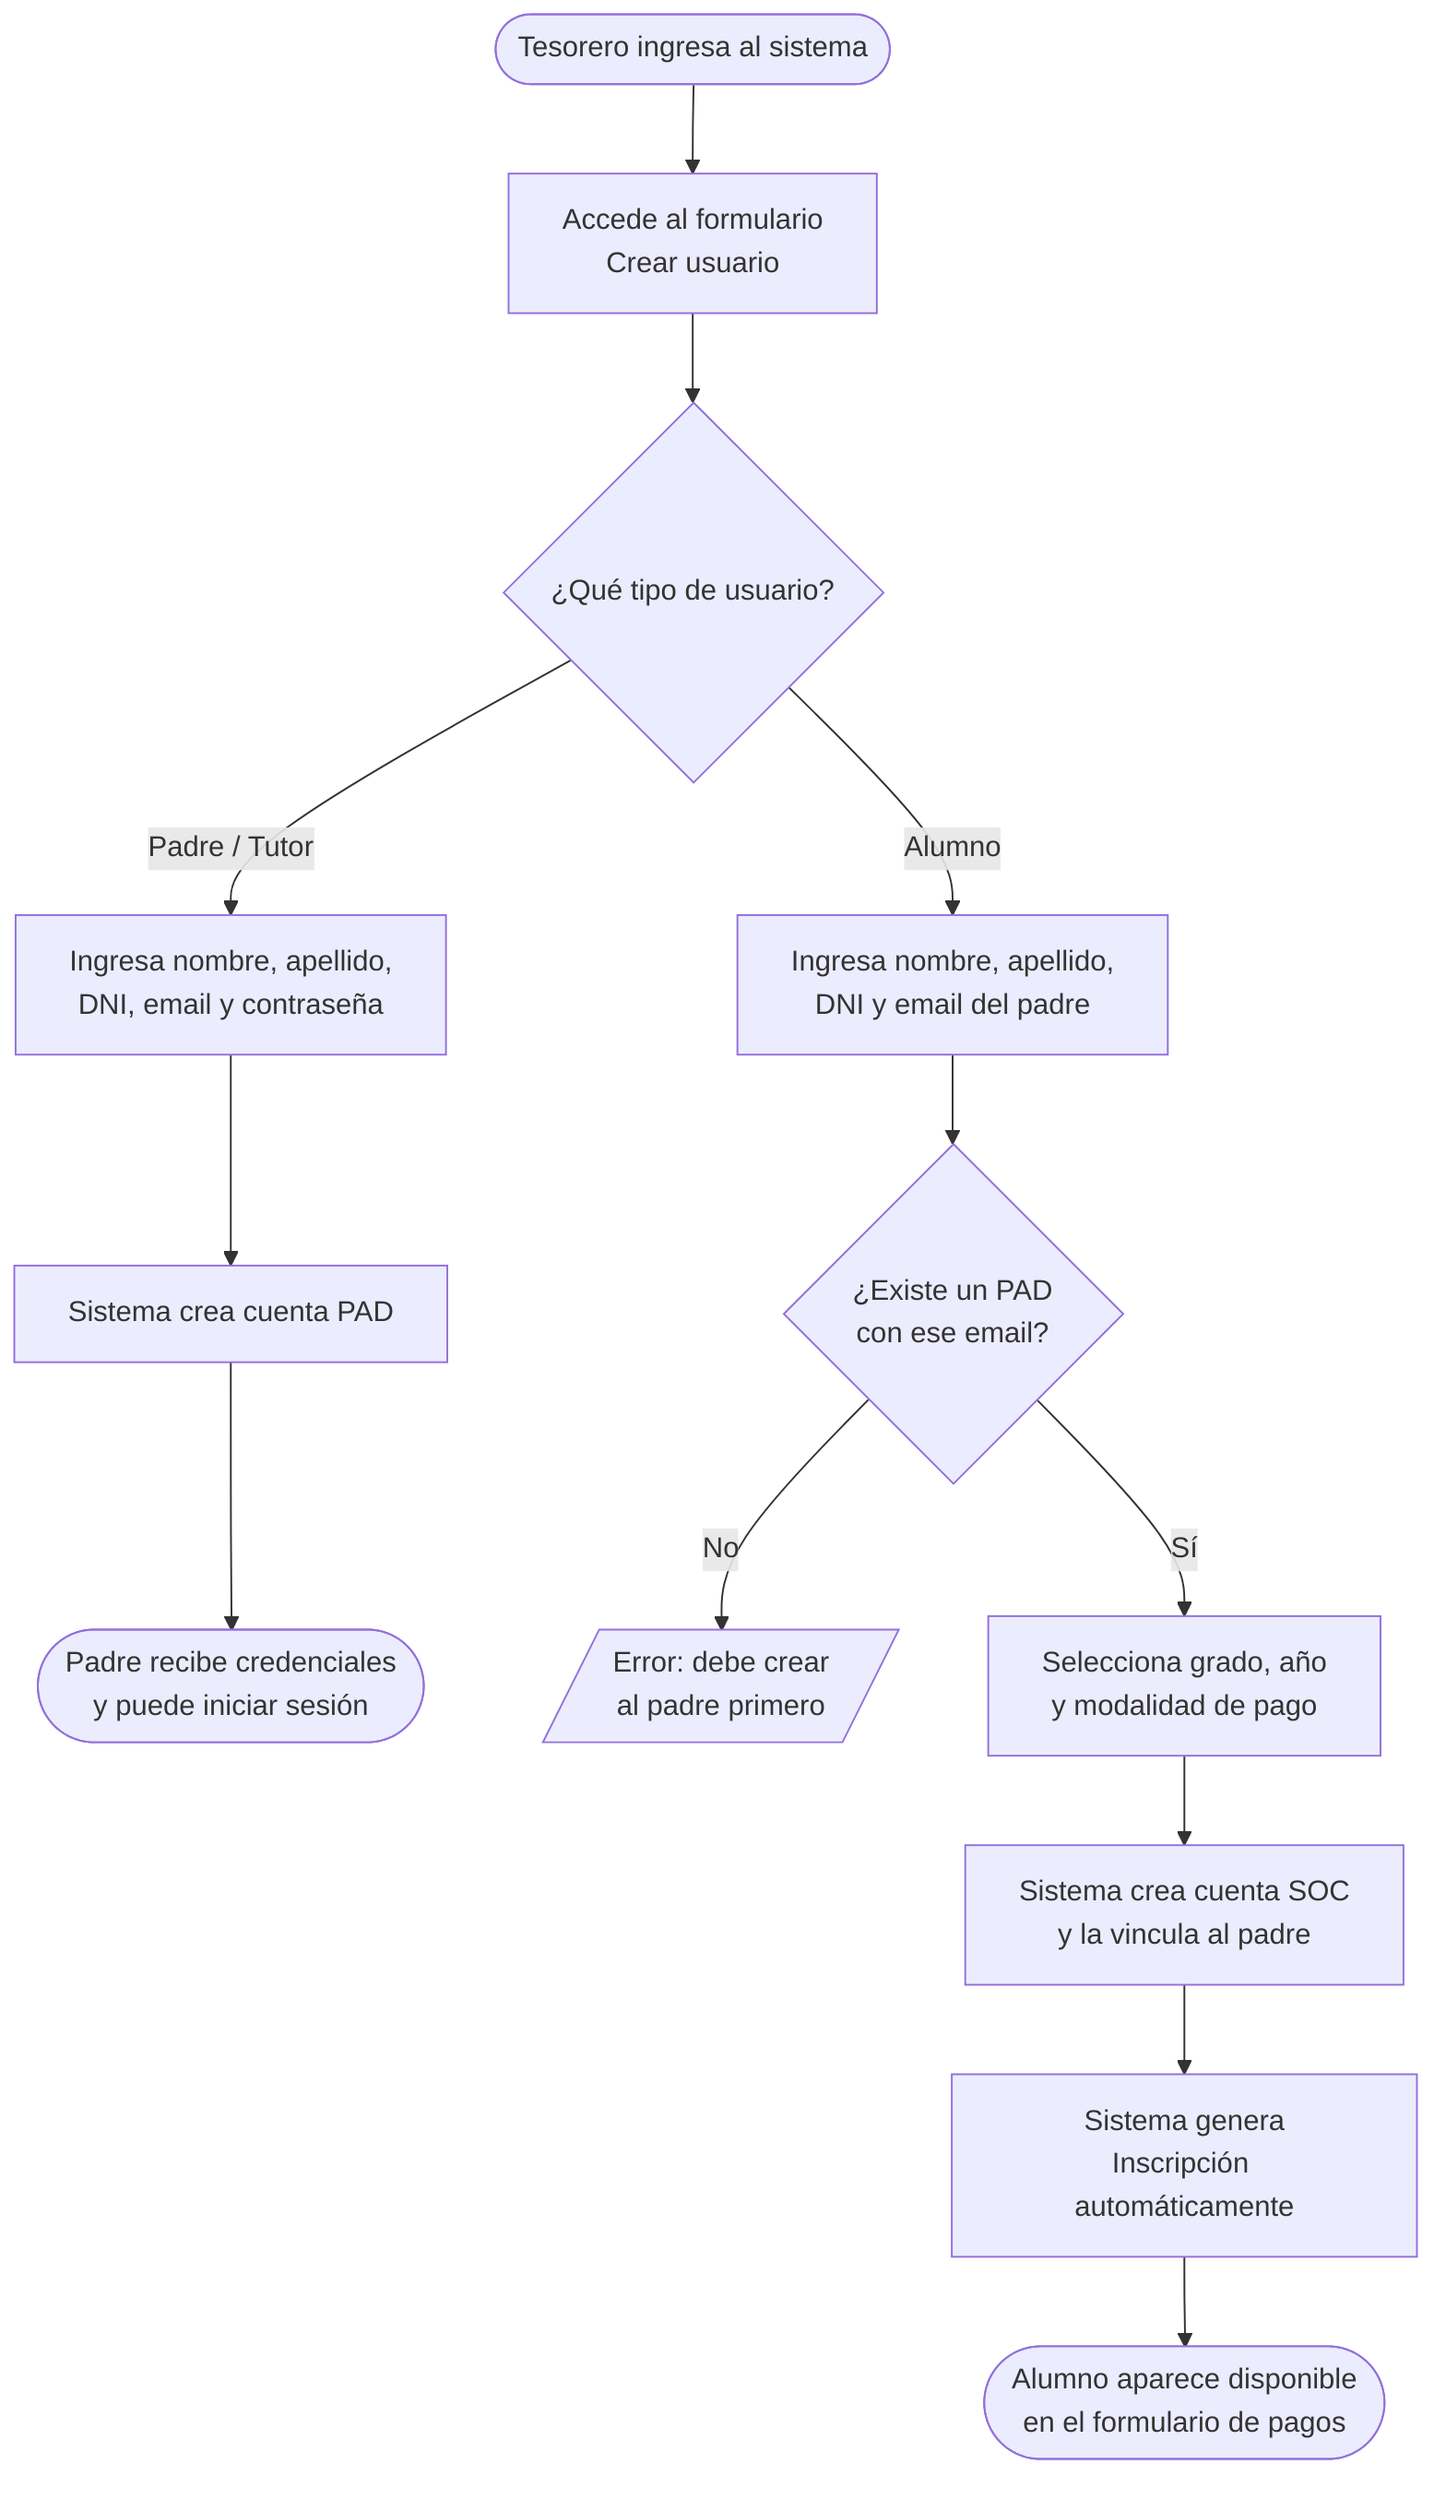
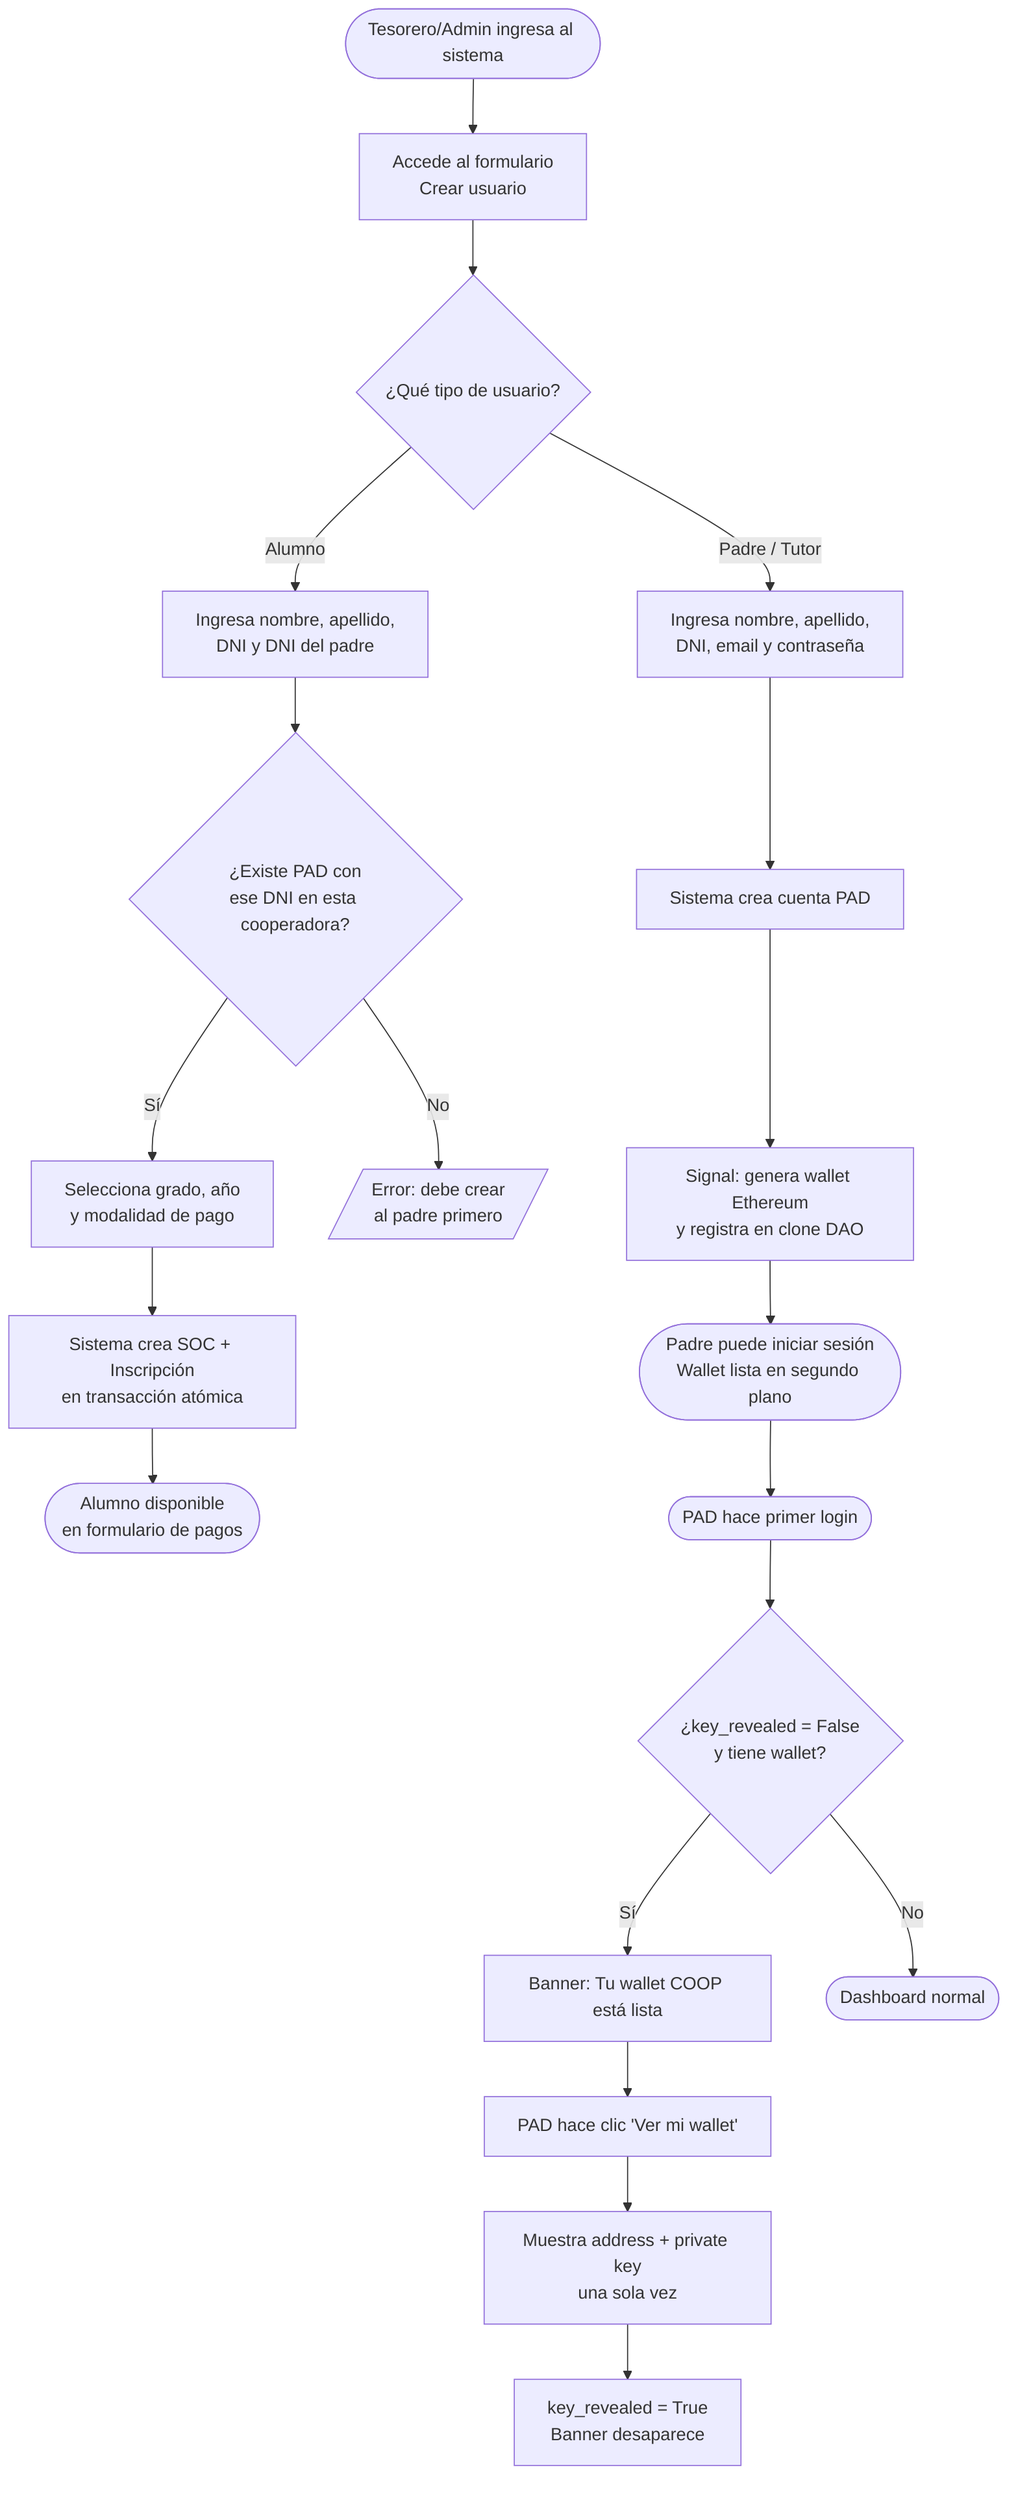
flowchart TD
-     A([Tesorero ingresa al sistema]) --> B[Accede al formulario\nCrear usuario]
+     A([Tesorero/Admin ingresa al sistema]) --> B[Accede al formulario\nCrear usuario]

    B --> C{¿Qué tipo de usuario?}

    C -->|Padre / Tutor| D[Ingresa nombre, apellido,\nDNI, email y contraseña]
    D --> E[Sistema crea cuenta PAD]
-     E --> F([Padre recibe credenciales\ny puede iniciar sesión])
+     E --> F[Signal: genera wallet Ethereum\ny registra en clone DAO]
+     F --> G([Padre puede iniciar sesión\nWallet lista en segundo plano])

-     C -->|Alumno| G[Ingresa nombre, apellido,\nDNI y email del padre]
-     G --> H{¿Existe un PAD\ncon ese email?}
+     C -->|Alumno| H[Ingresa nombre, apellido,\nDNI y DNI del padre]
+     H --> I{¿Existe PAD con\nese DNI en esta cooperadora?}

-     H -->|No| I[/Error: debe crear\nal padre primero/]
-     H -->|Sí| J[Selecciona grado, año\ny modalidad de pago]
+     I -->|No| J[/Error: debe crear\nal padre primero/]
+     I -->|Sí| K[Selecciona grado, año\ny modalidad de pago]

-     J --> K[Sistema crea cuenta SOC\ny la vincula al padre]
-     K --> L[Sistema genera\nInscripción automáticamente]
-     L --> M([Alumno aparece disponible\nen el formulario de pagos])
+     K --> L[Sistema crea SOC + Inscripción\nen transacción atómica]
+     L --> M([Alumno disponible\nen formulario de pagos])
+ 
+     G --> N([PAD hace primer login])
+     N --> O{¿key_revealed = False\ny tiene wallet?}
+     O -->|Sí| P[Banner: Tu wallet COOP está lista]
+     P --> Q[PAD hace clic 'Ver mi wallet']
+     Q --> R[Muestra address + private key\nuna sola vez]
+     R --> S[key_revealed = True\nBanner desaparece]
+     O -->|No| T([Dashboard normal])
